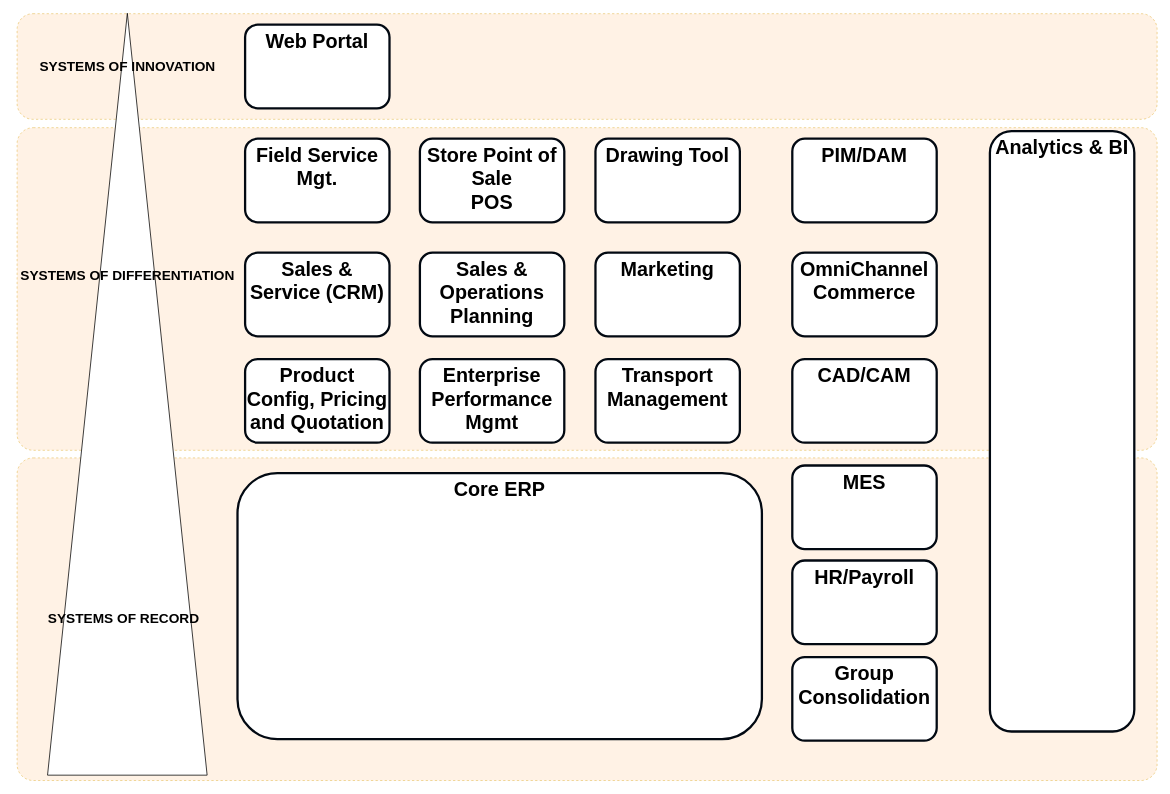
Before: page "Accenture" (1 of 6) of Polaris Starter.drawio in mrf742002/Diagrams, a draw.io diagram. Source tidied: cells renumbered, new cells numbered last; positions are measured from the earlier drawing's top-left corner, leaving out a move shared by most shapes. Both pictures are drawn from the tidied source at 76%, with x=0, y=0 at pixel (-254, 14). Pictures stored in the file or linked from it are replaced by grey dashed boxes.
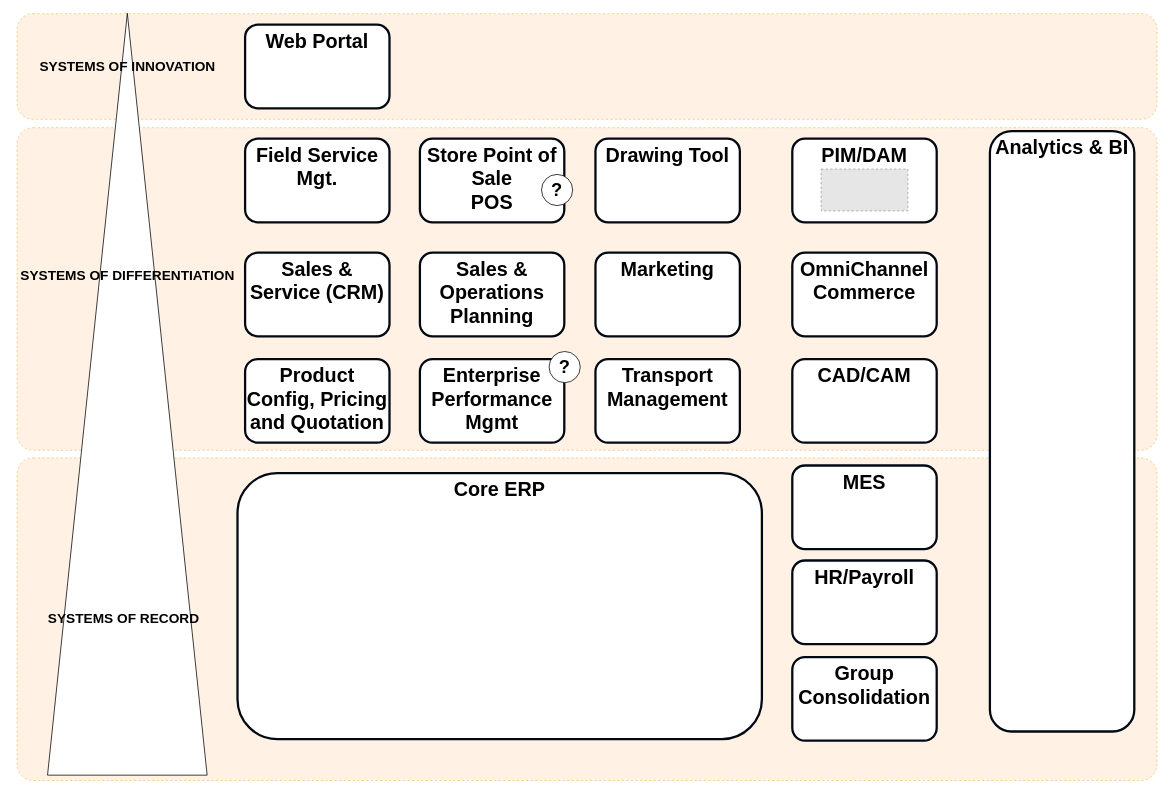
The same page after the edit.

Change to the diagram source:
```diff
@@
+    <mxCell id="27" value="&lt;font style=&quot;font-size: 24px&quot;&gt;&lt;b&gt;?&lt;/b&gt;&lt;/font&gt;" style="ellipse;whiteSpace=wrap;html=1;" parent="1" vertex="1">
+      <mxGeometry x="1056" y="444" width="41" height="41" as="geometry" />
+    </mxCell>
+    <mxCell id="28" style="fillColor=#E6E6E6;strokeColor=#999999;dashed=1;verticalLabelPosition=bottom;labelBackgroundColor=#ffffff;verticalAlign=top;" parent="1" vertex="1">
+      <mxGeometry x="1414" y="204" width="114" height="55" as="geometry" />
+    </mxCell>
+    <mxCell id="29" value="&lt;font style=&quot;font-size: 24px&quot;&gt;&lt;b&gt;?&lt;/b&gt;&lt;/font&gt;" style="ellipse;whiteSpace=wrap;html=1;" parent="1" vertex="1">
+      <mxGeometry x="1046" y="211" width="41" height="41" as="geometry" />
+    </mxCell>
```
